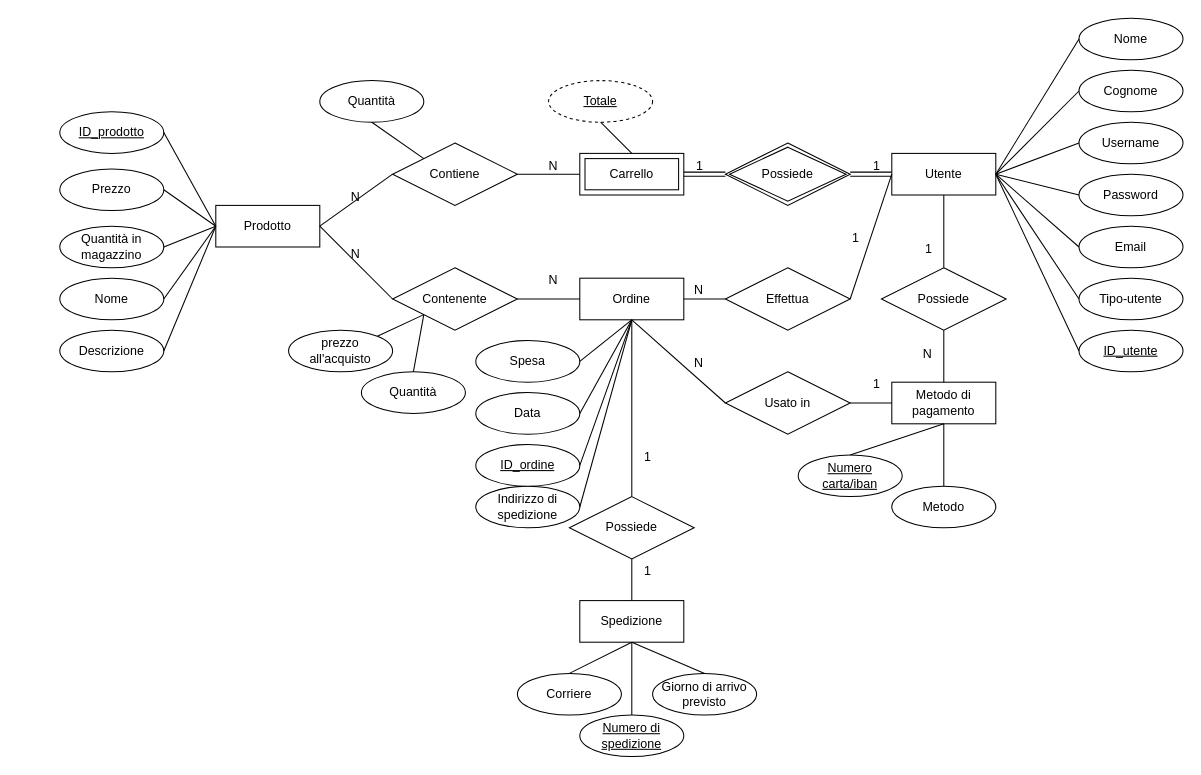
The draw.io diagram BD/GourmetSpices.drawio in superfra01/GourmetSpices, before the edit. Source tidied: cells renumbered, new cells numbered last; positions are measured from the earlier drawing's top-left corner, leaving out a move shared by most shapes. Both pictures are drawn from the tidied source at 104%, with x=0, y=0 at pixel (59, 18).
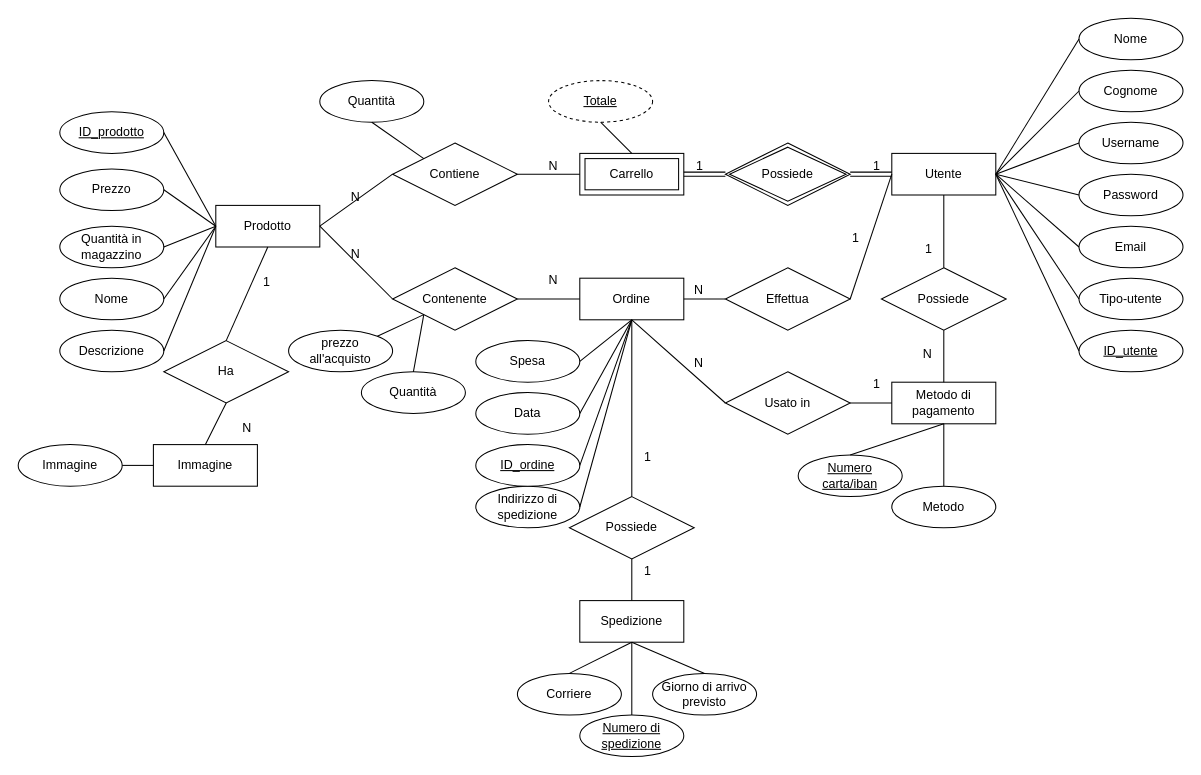
The same diagram, later.

The change refers to these unchanged cells:
```xml
<mxCell id="14" value="Prodotto" style="whiteSpace=wrap;html=1;align=center;" parent="1" vertex="1">
  <mxGeometry x="150" y="180" width="100" height="40" as="geometry" />
</mxCell>
```

The edit, as a diff of the source:
```diff
@@
+    <mxCell id="93" value="Immagine" style="whiteSpace=wrap;html=1;align=center;" parent="1" vertex="1">
+      <mxGeometry x="90" y="410" width="100" height="40" as="geometry" />
+    </mxCell>
+    <mxCell id="94" value="Ha" style="shape=rhombus;perimeter=rhombusPerimeter;whiteSpace=wrap;html=1;align=center;" parent="1" vertex="1">
+      <mxGeometry x="100" y="310" width="120" height="60" as="geometry" />
+    </mxCell>
+    <mxCell id="95" style="endArrow=none;html=1;rounded=0;exitX=0.5;exitY=1;exitDx=0;exitDy=0;entryX=0.5;entryY=0;entryDx=0;entryDy=0;" parent="1" edge="1" source="14" target="94">
+      <mxGeometry relative="1" as="geometry" />
+    </mxCell>
+    <mxCell id="96" style="endArrow=none;html=1;rounded=0;exitX=0.5;exitY=1;exitDx=0;exitDy=0;entryX=0.5;entryY=0;entryDx=0;entryDy=0;" parent="1" edge="1" source="94" target="93">
+      <mxGeometry relative="1" as="geometry" />
+    </mxCell>
+    <mxCell id="97" value="1" style="text;strokeColor=none;fillColor=none;spacingLeft=4;spacingRight=4;overflow=hidden;fontSize=12;whiteSpace=wrap;html=1;" parent="1" vertex="1">
+      <mxGeometry x="190" y="240" width="40" height="30" as="geometry" />
+    </mxCell>
+    <mxCell id="98" value="N" style="text;strokeColor=none;fillColor=none;spacingLeft=4;spacingRight=4;overflow=hidden;fontSize=12;whiteSpace=wrap;html=1;" parent="1" vertex="1">
+      <mxGeometry x="170" y="380" width="40" height="30" as="geometry" />
+    </mxCell>
+    <mxCell id="99" value="Immagine" style="ellipse;whiteSpace=wrap;html=1;align=center;" parent="1" vertex="1">
+      <mxGeometry x="-40" y="410" width="100" height="40" as="geometry" />
+    </mxCell>
+    <mxCell id="100" style="endArrow=none;html=1;rounded=0;exitX=0;exitY=0.5;exitDx=0;exitDy=0;entryX=1;entryY=0.5;entryDx=0;entryDy=0;" parent="1" edge="1" source="93" target="99">
+      <mxGeometry relative="1" as="geometry" />
+    </mxCell>
```
